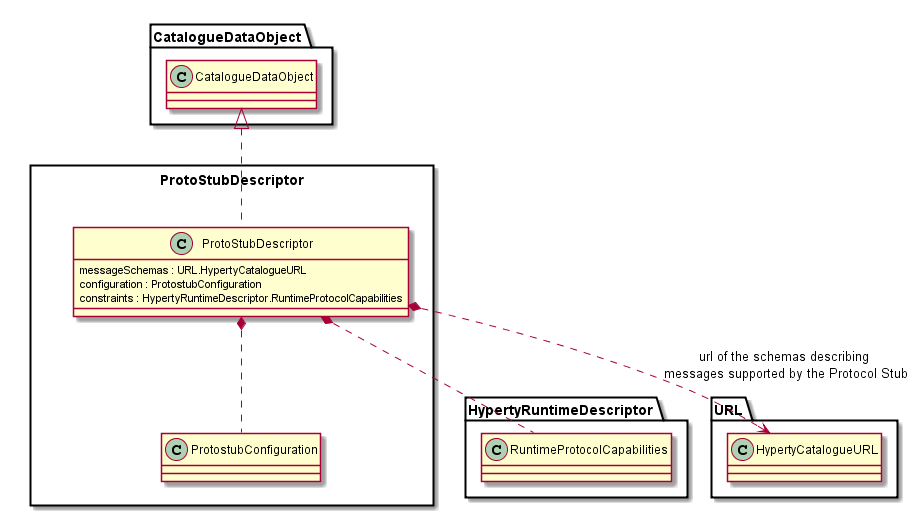
Earlier version of the PlantUML export docs/datamodel/Protostub-Descriptor-Data-Object-Model.png (reTHINK-project/dev-service-framework). Source of this version:
```plantuml
@startuml "Protostub-Descriptor-Data-Object-Model.png"

package ProtoStubDescriptor <<Rect>> {

	class ProtoStubDescriptor {
		messageSchemas : URL.HypertyCatalogueURL
		configuration : ProtostubConfiguration
		constraints : HypertyRuntimeDescriptor.RuntimeProtocolCapabilities
	}

	class ProtostubConfiguration {
	}

	ProtoStubDescriptor .up.|> CatalogueDataObject.CatalogueDataObject

	ProtoStubDescriptor *.. HypertyRuntimeDescriptor.RuntimeProtocolCapabilities
	ProtoStubDescriptor *.. ProtostubConfiguration

	ProtoStubDescriptor *..> URL.HypertyCatalogueURL : url of the schemas describing \nmessages supported by the Protocol Stub
}

@enduml
```
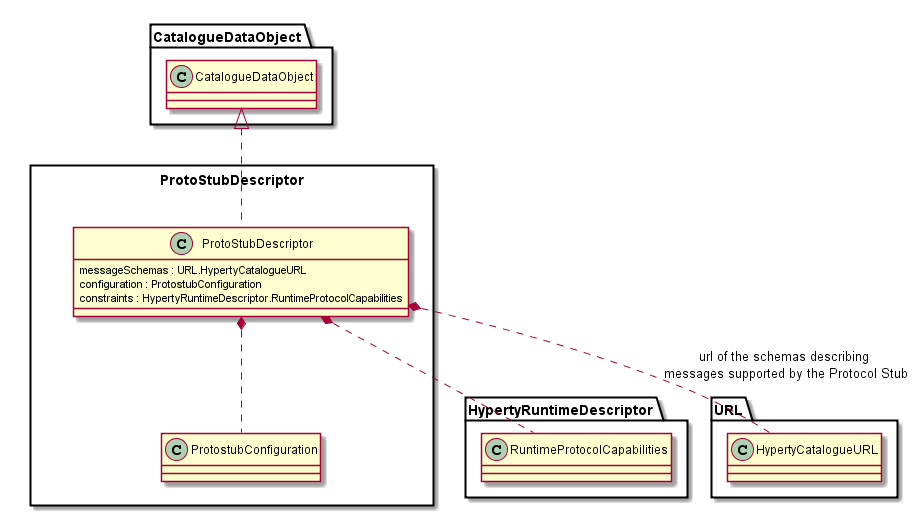
Later version of the same file.

Commit message:
Catalogue data model updated to support IdpProxy

Diff of the diagram source:
```diff
@@ -13,10 +13,11 @@
 
 	ProtoStubDescriptor .up.|> CatalogueDataObject.CatalogueDataObject
 
-	ProtoStubDescriptor *.. HypertyRuntimeDescriptor.RuntimeProtocolCapabilities
 	ProtoStubDescriptor *.. ProtostubConfiguration
 
-	ProtoStubDescriptor *..> URL.HypertyCatalogueURL : url of the schemas describing \nmessages supported by the Protocol Stub
+	ProtoStubDescriptor *.down. HypertyRuntimeDescriptor.RuntimeProtocolCapabilities
+
+	ProtoStubDescriptor *.down. URL.HypertyCatalogueURL : url of the schemas describing \nmessages supported by the Protocol Stub
 }
 
 @enduml
```
